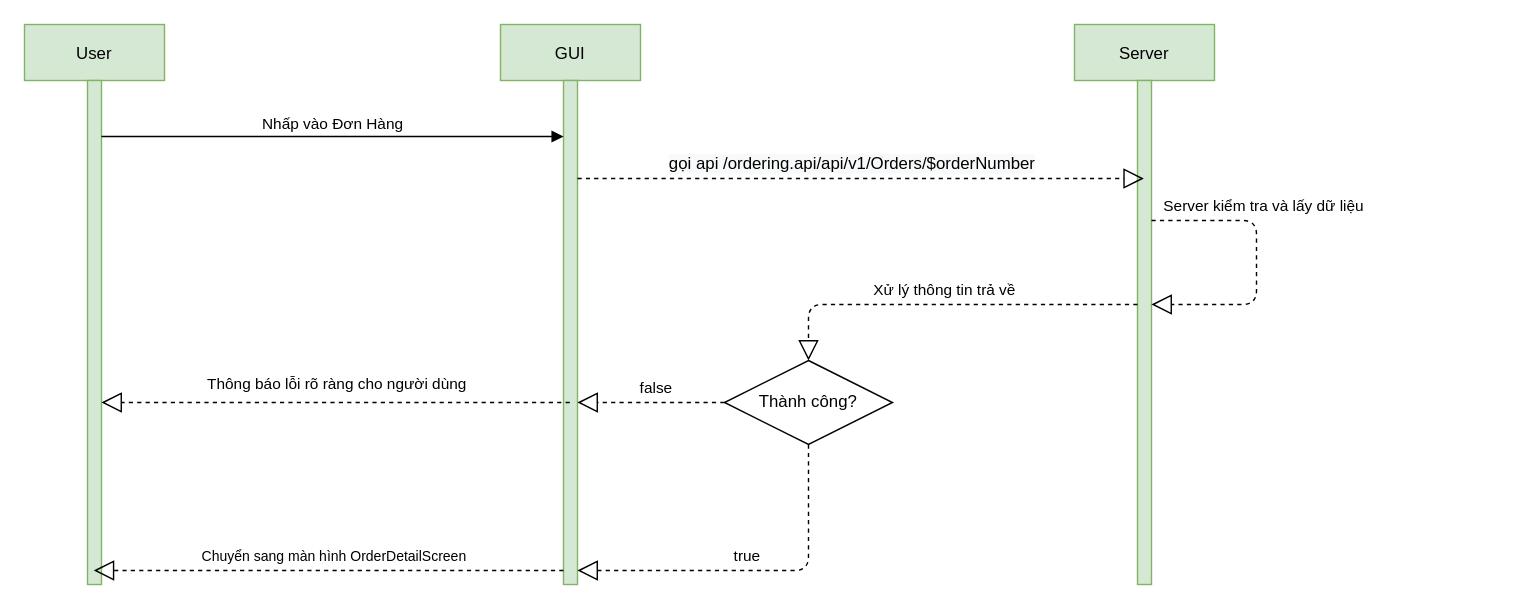
Above: page "Order Detail" (4 of 5) of OrderManagement Diagram.drawio in Alars99/diagram (draw.io), before the change. Source tidied: cells renumbered, new cells numbered last; positions are measured from the earlier drawing's top-left corner, leaving out a move shared by most shapes. Both pictures are drawn from the tidied source at 140%, with x=0, y=0 at pixel (24, 24).
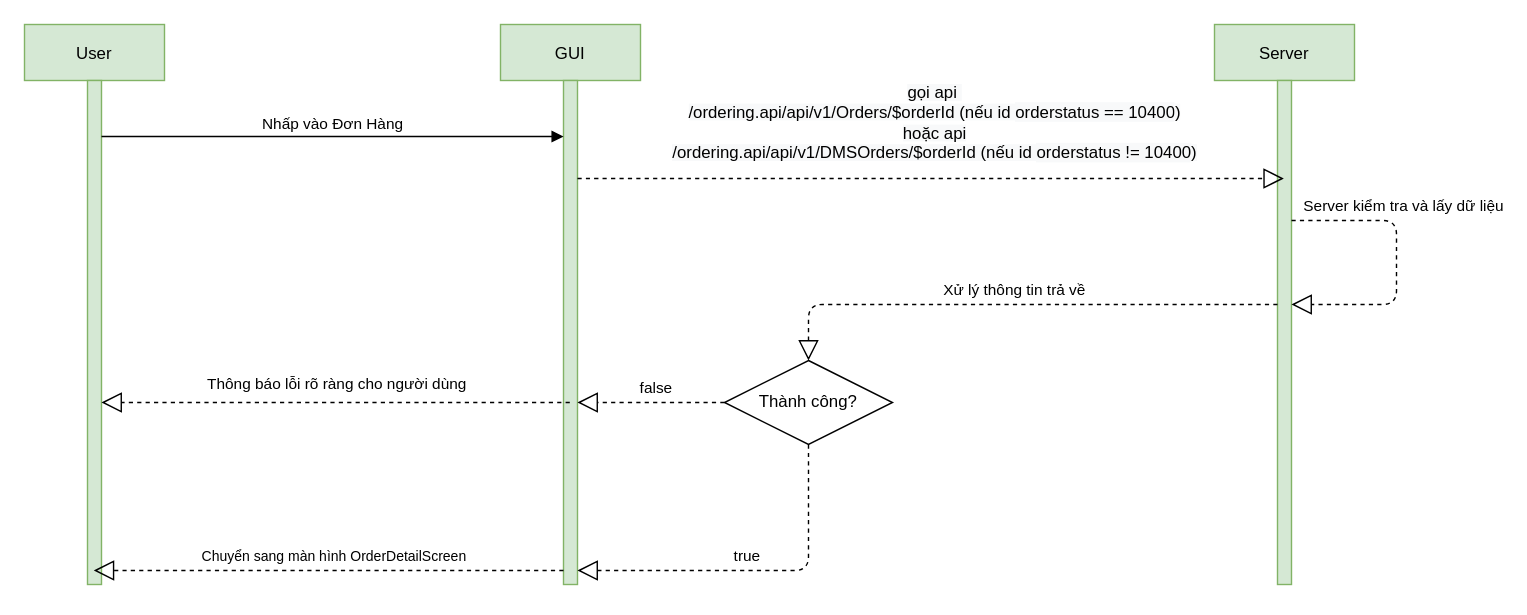
The same diagram, later.

The change refers to these unchanged cells:
```xml
<mxCell id="5" style="points=[];perimeter=orthogonalPerimeter;rounded=0;shadow=0;strokeWidth=1;fillColor=#d5e8d4;strokeColor=#82b366;" parent="4" vertex="1">
  <mxGeometry x="45" y="40" width="10" height="360" as="geometry" />
</mxCell>
```

Diff of the diagram source:
```diff
@@
     <mxCell id="6" value="Server" style="shape=umlLifeline;perimeter=lifelinePerimeter;rounded=0;shadow=0;strokeWidth=1;fillColor=#d5e8d4;strokeColor=#82b366;" parent="1" vertex="1">
-      <mxGeometry x="750" width="100" height="400" as="geometry" />
+      <mxGeometry x="850" width="100" height="400" as="geometry" />
     </mxCell>
@@
-    <mxCell id="10" value="&lt;span style=&quot;font-size: 12px ; background-color: rgb(248 , 249 , 250)&quot;&gt;gọi api&amp;nbsp;/ordering.api/api/v1/Orders/$orderNumber&lt;/span&gt;" style="endArrow=block;dashed=1;endFill=0;endSize=12;html=1;" parent="1" edge="1" source="5" target="6">
-      <mxGeometry x="-0.03" y="10" relative="1" as="geometry">
+    <mxCell id="10" value="&lt;span style=&quot;background-color: rgb(248 , 249 , 250)&quot;&gt;&lt;span style=&quot;font-size: 12px&quot;&gt;gọi api&amp;nbsp;&lt;/span&gt;&lt;br&gt;&lt;span style=&quot;font-size: 12px&quot;&gt;/ordering.api/api/v1/Orders/$orderId&amp;nbsp;&lt;/span&gt;&lt;/span&gt;&lt;span style=&quot;background-color: rgb(248 , 249 , 250)&quot;&gt;&lt;span style=&quot;font-size: 12px&quot;&gt;(nếu id&amp;nbsp;&lt;/span&gt;&lt;/span&gt;&lt;span style=&quot;font-size: 12px ; background-color: rgb(248 , 249 , 250)&quot;&gt;orderstatus == 10400&lt;/span&gt;&lt;span style=&quot;background-color: rgb(248 , 249 , 250)&quot;&gt;&lt;span style=&quot;font-size: 12px&quot;&gt;)&lt;br&gt;hoặc api&lt;br&gt;&lt;/span&gt;&lt;/span&gt;&lt;span style=&quot;background-color: rgb(248 , 249 , 250)&quot;&gt;&lt;span style=&quot;font-size: 12px&quot;&gt;/ordering.api/api/v1/DMSOrders/$orderId&amp;nbsp;&lt;/span&gt;&lt;/span&gt;&lt;span style=&quot;background-color: rgb(248 , 249 , 250)&quot;&gt;&lt;span style=&quot;font-size: 12px&quot;&gt;(nếu id&amp;nbsp;&lt;/span&gt;&lt;/span&gt;&lt;span style=&quot;font-size: 12px ; background-color: rgb(248 , 249 , 250)&quot;&gt;orderstatus != 10400&lt;/span&gt;&lt;span style=&quot;background-color: rgb(248 , 249 , 250)&quot;&gt;&lt;span style=&quot;font-size: 12px&quot;&gt;)&lt;/span&gt;&lt;/span&gt;&lt;span style=&quot;background-color: rgb(248 , 249 , 250)&quot;&gt;&lt;span style=&quot;font-size: 12px&quot;&gt;&lt;br&gt;&lt;/span&gt;&lt;/span&gt;" style="endArrow=block;dashed=1;endFill=0;endSize=12;html=1;" parent="1" edge="1" source="5" target="6">
+      <mxGeometry x="0.01" y="40" relative="1" as="geometry">
         <Array as="points">
           <mxPoint x="410" y="110" />
           <mxPoint x="490" y="110" />
         </Array>
       </mxGeometry>
     </mxCell>
```
